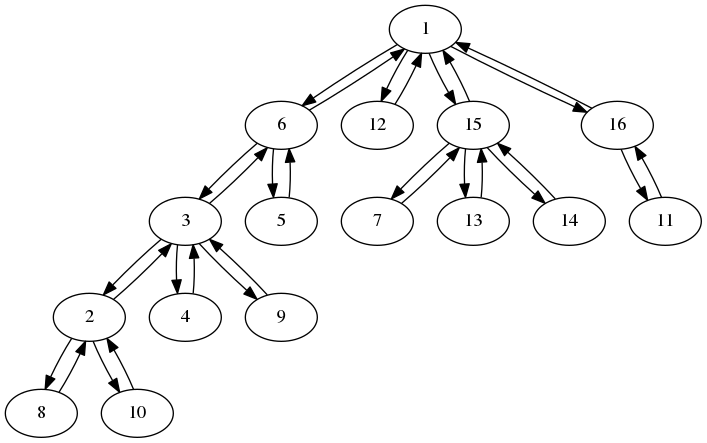
Above: digraph-test/example.png in romain-cotte/dot-examples (Graphviz), before the change. Its source is kept beside it as digraph-test/example.dot. The source it was exported from:
```dot
digraph my_graph {
  1->6
  1->12
  1->15
  1->16
  2->3
  2->8
  2->10
  3->2
  3->4
  3->6
  3->9
  4->3
  5->6
  6->1
  6->3
  6->5
  7->15
  8->2
  9->3
  10->2
  11->16
  12->1
  13->15
  14->15
  15->1
  15->7
  15->13
  15->14
  16->1
  16->11
}
```
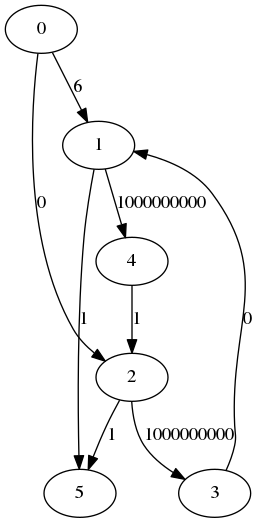
After the change.

Commit message:
add from input example

What changed in the source:
```diff
@@ -1,32 +1,10 @@
 digraph my_graph {
-  1->6
-  1->12
-  1->15
-  1->16
-  2->3
-  2->8
-  2->10
-  3->2
-  3->4
-  3->6
-  3->9
-  4->3
-  5->6
-  6->1
-  6->3
-  6->5
-  7->15
-  8->2
-  9->3
-  10->2
-  11->16
-  12->1
-  13->15
-  14->15
-  15->1
-  15->7
-  15->13
-  15->14
-  16->1
-  16->11
+  0 -> 1 [label=6]
+  1 -> 5 [label=1]
+  0 -> 2 [label=0]
+  2 -> 5 [label=1]
+  1 -> 4 [label=1000000000]
+  3 -> 1 [label=0]
+  2 -> 3 [label=1000000000]
+  4 -> 2 [label=1]
 }
```
